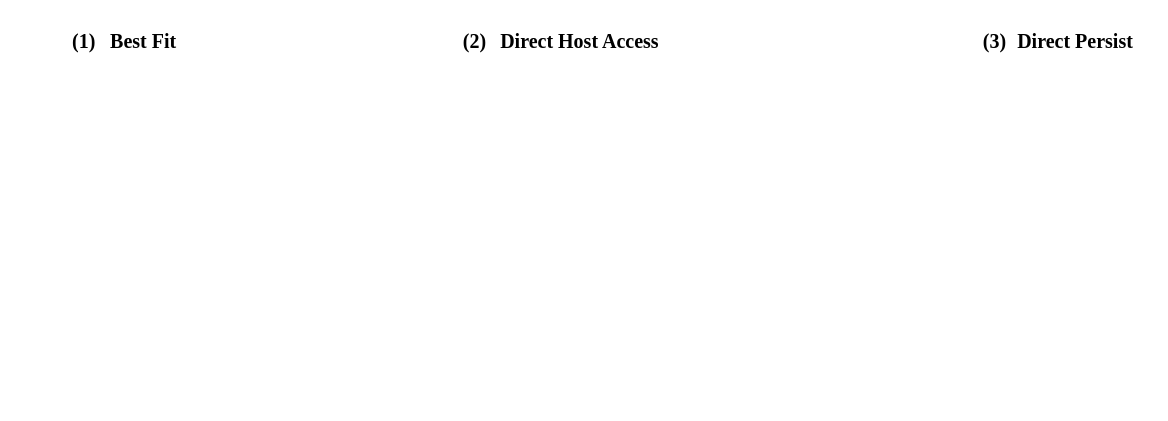
Before: fig/scheduling.drawio in icszhr/NCheck, a draw.io diagram. Source tidied: cells renumbered, new cells numbered last; positions are measured from the earlier drawing's top-left corner, leaving out a move shared by most shapes. Both pictures are drawn from the tidied source at 125%, with x=0, y=0 at pixel (71, 21). Pictures stored in the file or linked from it are replaced by grey dashed boxes.
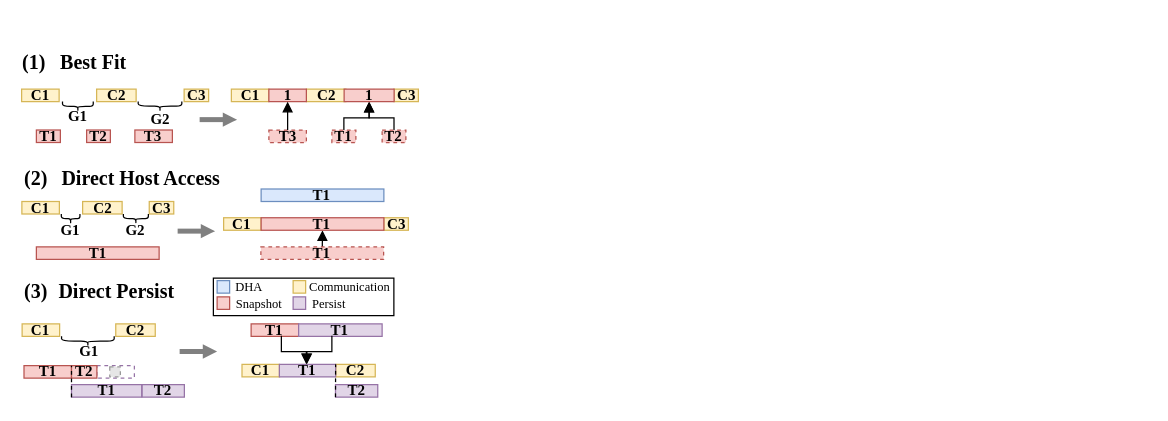
Above is the later version.

What changed in the source:
```diff
@@
     <mxCell id="2" value="&lt;b style=&quot;font-size: 16px;&quot;&gt;(1)&lt;/b&gt;" style="text;html=1;align=center;verticalAlign=middle;whiteSpace=wrap;rounded=0;fontFamily=Times New Roman;fontSize=16;" parent="1" vertex="1">
-      <mxGeometry width="20" height="30" as="geometry" />
+      <mxGeometry x="-40" y="17" width="20" height="30" as="geometry" />
     </mxCell>
     <mxCell id="3" value="&lt;b style=&quot;font-size: 16px;&quot;&gt;(2)&lt;/b&gt;" style="text;html=1;align=center;verticalAlign=middle;whiteSpace=wrap;rounded=0;fontFamily=Times New Roman;fontSize=16;" parent="1" vertex="1">
-      <mxGeometry x="311" width="23" height="30" as="geometry" />
+      <mxGeometry x="-40.2" y="110" width="23" height="30" as="geometry" />
     </mxCell>
     <mxCell id="4" value="&lt;font style=&quot;font-size: 16px;&quot; face=&quot;Times New Roman&quot;&gt;&lt;b style=&quot;font-size: 16px;&quot;&gt;Best Fit&lt;/b&gt;&lt;/font&gt;" style="text;html=1;align=center;verticalAlign=middle;whiteSpace=wrap;rounded=0;fontSize=16;" parent="1" vertex="1">
-      <mxGeometry x="15" y="5" width="85" height="20" as="geometry" />
+      <mxGeometry x="-25" y="22" width="85" height="20" as="geometry" />
     </mxCell>
     <mxCell id="5" value="&lt;font face=&quot;Times New Roman&quot;&gt;&lt;b&gt;Direct Host Access&lt;/b&gt;&lt;/font&gt;" style="text;html=1;align=center;verticalAlign=middle;whiteSpace=wrap;rounded=0;fontSize=16;" parent="1" vertex="1">
-      <mxGeometry x="323" y="5" width="167" height="20" as="geometry" />
+      <mxGeometry x="-28.2" y="115" width="167" height="20" as="geometry" />
     </mxCell>
     <mxCell id="6" value="&lt;b&gt;&lt;font style=&quot;font-size: 16px;&quot;&gt;(3)&lt;/font&gt;&lt;/b&gt;" style="text;html=1;align=center;verticalAlign=middle;whiteSpace=wrap;rounded=0;fontFamily=Times New Roman;" parent="1" vertex="1">
-      <mxGeometry x="726.5" width="23" height="30" as="geometry" />
+      <mxGeometry x="-40.2" y="200" width="23" height="30" as="geometry" />
     </mxCell>
     <mxCell id="7" value="&lt;font size=&quot;1&quot; face=&quot;Times New Roman&quot;&gt;&lt;b style=&quot;font-size: 16px;&quot;&gt;Direct Persist&lt;/b&gt;&lt;/font&gt;" style="text;html=1;align=center;verticalAlign=middle;whiteSpace=wrap;rounded=0;" parent="1" vertex="1">
-      <mxGeometry x="744.5" y="5" width="115.5" height="20" as="geometry" />
+      <mxGeometry x="-22.2" y="205" width="115.5" height="20" as="geometry" />
     </mxCell>
+    <mxCell id="8" style="rounded=0;whiteSpace=wrap;html=1;" parent="1" vertex="1">
+      <mxGeometry x="113.2" y="205" width="144.4" height="30" as="geometry" />
+    </mxCell>
+    <mxCell id="9" style="whiteSpace=wrap;html=1;fillColor=#f8cecc;fontFamily=Times New Roman;strokeColor=#b85450;" parent="1" vertex="1">
+      <mxGeometry x="116.2" y="220" width="10" height="10" as="geometry" />
+    </mxCell>
+    <mxCell id="10" value="&lt;span style=&quot;font-size: 10px;&quot;&gt;Snapshot&lt;/span&gt;" style="text;html=1;align=center;verticalAlign=middle;whiteSpace=wrap;rounded=0;fontFamily=Times New Roman;" parent="1" vertex="1">
+      <mxGeometry x="130.2" y="220" width="40" height="10" as="geometry" />
+    </mxCell>
+    <mxCell id="11" style="whiteSpace=wrap;html=1;fillColor=#dae8fc;strokeColor=#6c8ebf;fontFamily=Times New Roman;" parent="1" vertex="1">
+      <mxGeometry x="116.2" y="207" width="10" height="10" as="geometry" />
+    </mxCell>
+    <mxCell id="12" value="&lt;font style=&quot;font-size: 10px;&quot;&gt;DHA&lt;/font&gt;" style="text;html=1;align=center;verticalAlign=middle;whiteSpace=wrap;rounded=0;fontFamily=Times New Roman;" parent="1" vertex="1">
+      <mxGeometry x="132.2" y="207" width="20" height="10" as="geometry" />
+    </mxCell>
+    <mxCell id="13" style="whiteSpace=wrap;html=1;fillColor=#fff2cc;fontFamily=Times New Roman;strokeColor=#d6b656;" parent="1" vertex="1">
+      <mxGeometry x="177" y="207" width="10" height="10" as="geometry" />
+    </mxCell>
+    <mxCell id="14" style="whiteSpace=wrap;html=1;fillColor=#e1d5e7;fontFamily=Times New Roman;strokeColor=#9673a6;" parent="1" vertex="1">
+      <mxGeometry x="177" y="220" width="10" height="10" as="geometry" />
+    </mxCell>
+    <mxCell id="15" value="&lt;font style=&quot;font-size: 10px;&quot;&gt;Communication&lt;/font&gt;" style="text;html=1;align=center;verticalAlign=middle;whiteSpace=wrap;rounded=0;fontFamily=Times New Roman;" parent="1" vertex="1">
+      <mxGeometry x="190.2" y="207" width="65.4" height="10" as="geometry" />
+    </mxCell>
+    <mxCell id="16" value="&lt;font style=&quot;font-size: 10px;&quot;&gt;Persist&lt;/font&gt;" style="text;html=1;align=center;verticalAlign=middle;whiteSpace=wrap;rounded=0;fontFamily=Times New Roman;" parent="1" vertex="1">
+      <mxGeometry x="191" y="220" width="30" height="10" as="geometry" />
+    </mxCell>
+    <mxCell id="17" value="C1" style="whiteSpace=wrap;fillColor=#fff2cc;fontSize=12;fontFamily=Times New Roman;fontStyle=1;strokeColor=#d6b656;spacing=0;" parent="1" vertex="1">
+      <mxGeometry x="127.6" y="53.8" width="30" height="10" as="geometry" />
+    </mxCell>
+    <mxCell id="18" value="C2" style="whiteSpace=wrap;fillColor=#fff2cc;fontSize=12;fontFamily=Times New Roman;fontStyle=1;strokeColor=#d6b656;spacing=0;" parent="1" vertex="1">
+      <mxGeometry x="187.6" y="53.8" width="31.6" height="10" as="geometry" />
+    </mxCell>
+    <mxCell id="19" value="T3" style="whiteSpace=wrap;fillColor=#f8cecc;fontSize=12;fontFamily=Times New Roman;fontStyle=1;strokeColor=#b85450;spacing=0;dashed=1;" parent="1" vertex="1">
+      <mxGeometry x="157.6" y="86.5" width="30" height="10" as="geometry" />
+    </mxCell>
+    <mxCell id="20" value="1" style="whiteSpace=wrap;fillColor=#f8cecc;fontSize=12;fontFamily=Times New Roman;fontStyle=1;strokeColor=#b85450;spacing=0;" parent="1" vertex="1">
+      <mxGeometry x="157.6" y="53.8" width="30" height="10" as="geometry" />
+    </mxCell>
+    <mxCell id="21" style="edgeStyle=orthogonalEdgeStyle;rounded=0;jettySize=auto;html=1;entryX=0.5;entryY=1;entryDx=0;entryDy=0;endArrow=block;endFill=1;" parent="1" edge="1" source="19" target="20">
+      <mxGeometry relative="1" as="geometry" />
+    </mxCell>
+    <mxCell id="22" value="C3" style="whiteSpace=wrap;fillColor=#fff2cc;fontSize=12;fontFamily=Times New Roman;fontStyle=1;strokeColor=#d6b656;spacing=0;" parent="1" vertex="1">
+      <mxGeometry x="257.6" y="53.8" width="19.6" height="10" as="geometry" />
+    </mxCell>
+    <mxCell id="23" style="edgeStyle=orthogonalEdgeStyle;rounded=0;jettySize=auto;html=1;entryX=0.5;entryY=1;entryDx=0;entryDy=0;endArrow=block;endFill=1;" parent="1" edge="1" source="24" target="27">
+      <mxGeometry relative="1" as="geometry">
+        <Array as="points">
+          <mxPoint x="217.8" y="76.8" />
+          <mxPoint x="237.8" y="76.8" />
+        </Array>
+      </mxGeometry>
+    </mxCell>
+    <mxCell id="24" value="T1" style="whiteSpace=wrap;fillColor=#f8cecc;fontSize=12;fontFamily=Times New Roman;fontStyle=1;strokeColor=#b85450;spacing=0;dashed=1;" parent="1" vertex="1">
+      <mxGeometry x="208" y="86.5" width="19.2" height="10" as="geometry" />
+    </mxCell>
+    <mxCell id="25" style="edgeStyle=orthogonalEdgeStyle;rounded=0;jettySize=auto;html=1;entryX=0.5;entryY=1;entryDx=0;entryDy=0;endArrow=block;endFill=1;" parent="1" edge="1" source="26" target="27">
+      <mxGeometry relative="1" as="geometry">
+        <Array as="points">
+          <mxPoint x="257.8" y="76.8" />
+          <mxPoint x="237.8" y="76.8" />
+        </Array>
+      </mxGeometry>
+    </mxCell>
+    <mxCell id="26" value="T2" style="whiteSpace=wrap;fillColor=#f8cecc;fontSize=12;fontFamily=Times New Roman;fontStyle=1;strokeColor=#b85450;spacing=0;dashed=1;" parent="1" vertex="1">
+      <mxGeometry x="248.2" y="86.5" width="19" height="10" as="geometry" />
+    </mxCell>
+    <mxCell id="27" value="1" style="whiteSpace=wrap;fillColor=#f8cecc;fontSize=12;fontFamily=Times New Roman;fontStyle=1;strokeColor=#b85450;spacing=0;" parent="1" vertex="1">
+      <mxGeometry x="217.8" y="53.8" width="40" height="10" as="geometry" />
+    </mxCell>
+    <mxCell id="28" value="T3" style="whiteSpace=wrap;fillColor=#f8cecc;fontSize=12;fontFamily=Times New Roman;fontStyle=1;strokeColor=#b85450;spacing=0;" parent="1" vertex="1">
+      <mxGeometry x="50.4" y="86.5" width="30" height="10" as="geometry" />
+    </mxCell>
+    <mxCell id="29" value="T1" style="whiteSpace=wrap;fillColor=#f8cecc;fontSize=12;fontFamily=Times New Roman;fontStyle=1;strokeColor=#b85450;spacing=0;" parent="1" vertex="1">
+      <mxGeometry x="-28.4" y="86.5" width="19.2" height="10" as="geometry" />
+    </mxCell>
+    <mxCell id="30" value="T2" style="whiteSpace=wrap;fillColor=#f8cecc;fontSize=12;fontFamily=Times New Roman;fontStyle=1;strokeColor=#b85450;spacing=0;" parent="1" vertex="1">
+      <mxGeometry x="11.8" y="86.5" width="19" height="10" as="geometry" />
+    </mxCell>
+    <mxCell id="31" value="C1" style="whiteSpace=wrap;fillColor=#fff2cc;fontSize=12;fontFamily=Times New Roman;fontStyle=1;strokeColor=#d6b656;spacing=0;" parent="1" vertex="1">
+      <mxGeometry x="-40.2" y="53.8" width="30" height="10" as="geometry" />
+    </mxCell>
+    <mxCell id="32" value="C2" style="whiteSpace=wrap;fillColor=#fff2cc;fontSize=12;fontFamily=Times New Roman;fontStyle=1;strokeColor=#d6b656;spacing=0;" parent="1" vertex="1">
+      <mxGeometry x="19.8" y="53.8" width="31.6" height="10" as="geometry" />
+    </mxCell>
+    <mxCell id="33" value="C3" style="whiteSpace=wrap;fillColor=#fff2cc;fontSize=12;fontFamily=Times New Roman;fontStyle=1;strokeColor=#d6b656;spacing=0;" parent="1" vertex="1">
+      <mxGeometry x="89.8" y="53.8" width="19.6" height="10" as="geometry" />
+    </mxCell>
+    <mxCell id="34" style="shape=curlyBracket;whiteSpace=wrap;html=1;rounded=1;labelPosition=left;verticalLabelPosition=middle;align=right;verticalAlign=middle;rotation=-90;" parent="1" vertex="1">
+      <mxGeometry x="1" y="55.2" width="7.6" height="24.6" as="geometry" />
+    </mxCell>
+    <mxCell id="35" value="&lt;font face=&quot;Times New Roman&quot;&gt;&lt;b&gt;G1&lt;/b&gt;&lt;/font&gt;" style="text;html=1;align=center;verticalAlign=middle;whiteSpace=wrap;rounded=0;" parent="1" vertex="1">
+      <mxGeometry x="-6" y="69.2" width="21.6" height="13.2" as="geometry" />
+    </mxCell>
+    <mxCell id="36" style="shape=curlyBracket;whiteSpace=wrap;html=1;rounded=1;labelPosition=left;verticalLabelPosition=middle;align=right;verticalAlign=middle;rotation=-90;" parent="1" vertex="1">
+      <mxGeometry x="66.7" y="50" width="7.6" height="34.9" as="geometry" />
+    </mxCell>
+    <mxCell id="37" value="&lt;font face=&quot;Times New Roman&quot;&gt;&lt;b&gt;G2&lt;/b&gt;&lt;/font&gt;" style="text;html=1;align=center;verticalAlign=middle;whiteSpace=wrap;rounded=0;" parent="1" vertex="1">
+      <mxGeometry x="59.7" y="71.6" width="21.6" height="13.2" as="geometry" />
+    </mxCell>
+    <mxCell id="38" style="endArrow=block;html=1;rounded=0;strokeWidth=4;endFill=1;endSize=1;strokeColor=#808080;" parent="1" edge="1">
+      <mxGeometry relative="1" as="geometry">
+        <mxPoint x="102.2" y="78.2" as="sourcePoint" />
+        <mxPoint x="132.2" y="78.2" as="targetPoint" />
+      </mxGeometry>
+    </mxCell>
+    <mxCell id="39" value="T1" style="whiteSpace=wrap;fillColor=#f8cecc;fontSize=12;fontFamily=Times New Roman;fontStyle=1;strokeColor=#b85450;spacing=0;" parent="1" vertex="1">
+      <mxGeometry x="-28.4" y="180" width="98.2" height="10" as="geometry" />
+    </mxCell>
+    <mxCell id="40" value="C1" style="whiteSpace=wrap;fillColor=#fff2cc;fontSize=12;fontFamily=Times New Roman;fontStyle=1;strokeColor=#d6b656;spacing=0;" parent="1" vertex="1">
+      <mxGeometry x="-40" y="143.7" width="30" height="10" as="geometry" />
+    </mxCell>
+    <mxCell id="41" value="C2" style="whiteSpace=wrap;fillColor=#fff2cc;fontSize=12;fontFamily=Times New Roman;fontStyle=1;strokeColor=#d6b656;spacing=0;" parent="1" vertex="1">
+      <mxGeometry x="8.6" y="143.7" width="31.6" height="10" as="geometry" />
+    </mxCell>
+    <mxCell id="42" value="C3" style="whiteSpace=wrap;fillColor=#fff2cc;fontSize=12;fontFamily=Times New Roman;fontStyle=1;strokeColor=#d6b656;spacing=0;" parent="1" vertex="1">
+      <mxGeometry x="61.9" y="143.7" width="19.6" height="10" as="geometry" />
+    </mxCell>
+    <mxCell id="43" style="shape=curlyBracket;whiteSpace=wrap;html=1;rounded=1;labelPosition=left;verticalLabelPosition=middle;align=right;verticalAlign=middle;rotation=-90;" parent="1" vertex="1">
+      <mxGeometry x="-4.8" y="150" width="7.6" height="14.9" as="geometry" />
+    </mxCell>
+    <mxCell id="44" value="&lt;font face=&quot;Times New Roman&quot;&gt;&lt;b&gt;G1&lt;/b&gt;&lt;/font&gt;" style="text;html=1;align=center;verticalAlign=middle;whiteSpace=wrap;rounded=0;" parent="1" vertex="1">
+      <mxGeometry x="-12.2" y="160.6" width="21.6" height="13.2" as="geometry" />
+    </mxCell>
+    <mxCell id="45" style="shape=curlyBracket;whiteSpace=wrap;html=1;rounded=1;labelPosition=left;verticalLabelPosition=middle;align=right;verticalAlign=middle;rotation=-90;" parent="1" vertex="1">
+      <mxGeometry x="47.4" y="147.4" width="7.6" height="20" as="geometry" />
+    </mxCell>
+    <mxCell id="46" value="&lt;font face=&quot;Times New Roman&quot;&gt;&lt;b&gt;G2&lt;/b&gt;&lt;/font&gt;" style="text;html=1;align=center;verticalAlign=middle;whiteSpace=wrap;rounded=0;" parent="1" vertex="1">
+      <mxGeometry x="40.4" y="160.6" width="21.6" height="13.2" as="geometry" />
+    </mxCell>
+    <mxCell id="47" style="endArrow=block;html=1;rounded=0;strokeWidth=4;endFill=1;endSize=1;strokeColor=#808080;" parent="1" edge="1">
+      <mxGeometry relative="1" as="geometry">
+        <mxPoint x="84.6" y="167.4" as="sourcePoint" />
+        <mxPoint x="114.6" y="167.4" as="targetPoint" />
+      </mxGeometry>
+    </mxCell>
+    <mxCell id="48" style="edgeStyle=orthogonalEdgeStyle;rounded=0;jettySize=auto;html=1;entryX=0.5;entryY=1;entryDx=0;entryDy=0;endArrow=block;endFill=1;" parent="1" edge="1" target="52">
+      <mxGeometry relative="1" as="geometry">
+        <mxPoint x="200.3" y="183" as="sourcePoint" />
+      </mxGeometry>
+    </mxCell>
+    <mxCell id="49" value="T1" style="whiteSpace=wrap;fillColor=#f8cecc;fontSize=12;fontFamily=Times New Roman;fontStyle=1;strokeColor=#b85450;spacing=0;dashed=1;" parent="1" vertex="1">
+      <mxGeometry x="151.2" y="180" width="98.2" height="10" as="geometry" />
+    </mxCell>
+    <mxCell id="50" value="C1" style="whiteSpace=wrap;fillColor=#fff2cc;fontSize=12;fontFamily=Times New Roman;fontStyle=1;strokeColor=#d6b656;spacing=0;" parent="1" vertex="1">
+      <mxGeometry x="121.4" y="156.7" width="30" height="10" as="geometry" />
+    </mxCell>
+    <mxCell id="51" value="C3" style="whiteSpace=wrap;fillColor=#fff2cc;fontSize=12;fontFamily=Times New Roman;fontStyle=1;strokeColor=#d6b656;spacing=0;" parent="1" vertex="1">
+      <mxGeometry x="249.6" y="156.7" width="19.6" height="10" as="geometry" />
+    </mxCell>
+    <mxCell id="52" value="T1" style="whiteSpace=wrap;fillColor=#f8cecc;fontSize=12;fontFamily=Times New Roman;fontStyle=1;strokeColor=#b85450;spacing=0;" parent="1" vertex="1">
+      <mxGeometry x="151.4" y="156.7" width="98.2" height="10" as="geometry" />
+    </mxCell>
+    <mxCell id="53" value="T1" style="whiteSpace=wrap;fillColor=#dae8fc;fontSize=12;fontFamily=Times New Roman;fontStyle=1;strokeColor=#6c8ebf;spacing=0;" parent="1" vertex="1">
+      <mxGeometry x="151.4" y="133.7" width="98.2" height="10" as="geometry" />
+    </mxCell>
+    <mxCell id="54" value="T1" style="whiteSpace=wrap;fillColor=#e1d5e7;fontSize=12;fontFamily=Times New Roman;fontStyle=1;strokeColor=#9673a6;spacing=0;" parent="1" vertex="1">
+      <mxGeometry x="-0.3" y="290.2" width="56.2" height="10" as="geometry" />
+    </mxCell>
+    <mxCell id="55" value="T2" style="whiteSpace=wrap;fillColor=#e1d5e7;fontSize=12;fontFamily=Times New Roman;fontStyle=1;strokeColor=#9673a6;spacing=0;" parent="1" vertex="1">
+      <mxGeometry x="56.2" y="290.2" width="33.8" height="10" as="geometry" />
+    </mxCell>
+    <mxCell id="56" value="C1" style="whiteSpace=wrap;fillColor=#fff2cc;fontSize=12;fontFamily=Times New Roman;fontStyle=1;strokeColor=#d6b656;spacing=0;" parent="1" vertex="1">
+      <mxGeometry x="-39.8" y="241.6" width="30" height="10" as="geometry" />
+    </mxCell>
+    <mxCell id="57" value="C2" style="whiteSpace=wrap;fillColor=#fff2cc;fontSize=12;fontFamily=Times New Roman;fontStyle=1;strokeColor=#d6b656;spacing=0;" parent="1" vertex="1">
+      <mxGeometry x="35.1" y="241.6" width="31.6" height="10" as="geometry" />
+    </mxCell>
+    <mxCell id="58" style="shape=curlyBracket;whiteSpace=wrap;html=1;rounded=1;labelPosition=left;verticalLabelPosition=middle;align=right;verticalAlign=middle;rotation=-90;" parent="1" vertex="1">
+      <mxGeometry x="9" y="234.3" width="7.6" height="42.1" as="geometry" />
+    </mxCell>
+    <mxCell id="59" value="&lt;font face=&quot;Times New Roman&quot;&gt;&lt;b&gt;G1&lt;/b&gt;&lt;/font&gt;" style="text;html=1;align=center;verticalAlign=middle;whiteSpace=wrap;rounded=0;" parent="1" vertex="1">
+      <mxGeometry x="2.8" y="257.1" width="21.6" height="13.2" as="geometry" />
+    </mxCell>
+    <mxCell id="60" value="T1" style="whiteSpace=wrap;fillColor=#f8cecc;fontSize=12;fontFamily=Times New Roman;fontStyle=1;strokeColor=#b85450;spacing=0;" parent="1" vertex="1">
+      <mxGeometry x="-38.3" y="275" width="38" height="10" as="geometry" />
+    </mxCell>
+    <mxCell id="61" style="endArrow=block;html=1;rounded=0;strokeWidth=4;endFill=1;endSize=1;strokeColor=#808080;" parent="1" edge="1">
+      <mxGeometry relative="1" as="geometry">
+        <mxPoint x="86.2" y="263.7" as="sourcePoint" />
+        <mxPoint x="116.2" y="263.7" as="targetPoint" />
+      </mxGeometry>
+    </mxCell>
+    <mxCell id="62" value="C1" style="whiteSpace=wrap;fillColor=#fff2cc;fontSize=12;fontFamily=Times New Roman;fontStyle=1;strokeColor=#d6b656;spacing=0;" parent="1" vertex="1">
+      <mxGeometry x="136.1" y="274" width="30" height="10" as="geometry" />
+    </mxCell>
+    <mxCell id="63" value="C2" style="whiteSpace=wrap;fillColor=#fff2cc;fontSize=12;fontFamily=Times New Roman;fontStyle=1;strokeColor=#d6b656;spacing=0;" parent="1" vertex="1">
+      <mxGeometry x="211.1" y="274" width="31.6" height="10" as="geometry" />
+    </mxCell>
+    <mxCell id="64" value="T1" style="whiteSpace=wrap;fillColor=#e1d5e7;fontSize=12;fontFamily=Times New Roman;fontStyle=1;strokeColor=#9673a6;spacing=0;" parent="1" vertex="1">
+      <mxGeometry x="166" y="274" width="45" height="10" as="geometry" />
+    </mxCell>
+    <mxCell id="65" value="T1" style="whiteSpace=wrap;fillColor=#f8cecc;fontSize=12;fontFamily=Times New Roman;fontStyle=1;strokeColor=#b85450;spacing=0;" parent="1" vertex="1">
+      <mxGeometry x="143.4" y="241.6" width="38" height="10" as="geometry" />
+    </mxCell>
+    <mxCell id="66" value="T1" style="whiteSpace=wrap;fillColor=#e1d5e7;fontSize=12;fontFamily=Times New Roman;fontStyle=1;strokeColor=#9673a6;spacing=0;" parent="1" vertex="1">
+      <mxGeometry x="181.4" y="241.6" width="66.8" height="10" as="geometry" />
+    </mxCell>
+    <mxCell id="67" style="edgeStyle=orthogonalEdgeStyle;rounded=0;orthogonalLoop=1;jettySize=auto;html=1;entryX=0.5;entryY=1;entryDx=0;entryDy=0;endArrow=block;endFill=1;" parent="1" edge="1">
+      <mxGeometry relative="1" as="geometry">
+        <mxPoint x="208" y="251" as="sourcePoint" />
+        <mxPoint x="188" y="274" as="targetPoint" />
+        <Array as="points">
+          <mxPoint x="207.8" y="263.8" />
+          <mxPoint x="187.8" y="263.8" />
+        </Array>
+      </mxGeometry>
+    </mxCell>
+    <mxCell id="68" style="edgeStyle=orthogonalEdgeStyle;rounded=0;orthogonalLoop=1;jettySize=auto;html=1;entryX=0.5;entryY=1;entryDx=0;entryDy=0;endArrow=block;endFill=1;" parent="1" edge="1">
+      <mxGeometry relative="1" as="geometry">
+        <mxPoint x="167.6" y="251" as="sourcePoint" />
+        <mxPoint x="187.6" y="274" as="targetPoint" />
+        <Array as="points">
+          <mxPoint x="167.4" y="263.8" />
+          <mxPoint x="187.4" y="263.8" />
+        </Array>
+      </mxGeometry>
+    </mxCell>
+    <mxCell id="69" style="whiteSpace=wrap;fillColor=#FFFFFF;fontSize=12;fontFamily=Times New Roman;fontStyle=1;strokeColor=#9673a6;spacing=0;fillStyle=auto;dashed=1;" parent="1" vertex="1">
+      <mxGeometry x="20" y="275" width="30" height="10" as="geometry" />
+    </mxCell>
+    <mxCell id="70" style="fillColor=#E6E6E6;strokeColor=#999999;dashed=1;verticalLabelPosition=bottom;verticalAlign=top;" parent="1" vertex="1">
+      <mxGeometry x="30.3" y="276" width="8.5" height="8" as="geometry" />
+    </mxCell>
+    <mxCell id="71" value="T2" style="whiteSpace=wrap;fillColor=#f8cecc;fontSize=12;fontFamily=Times New Roman;fontStyle=1;strokeColor=#b85450;spacing=0;" parent="1" vertex="1">
+      <mxGeometry x="-0.3" y="275" width="20.3" height="10" as="geometry" />
+    </mxCell>
+    <mxCell id="72" value="T2" style="whiteSpace=wrap;fillColor=#e1d5e7;fontSize=12;fontFamily=Times New Roman;fontStyle=1;strokeColor=#9673a6;spacing=0;" parent="1" vertex="1">
+      <mxGeometry x="210.9" y="290.2" width="33.8" height="10" as="geometry" />
+    </mxCell>
+    <mxCell id="73" style="endArrow=none;html=1;rounded=0;dashed=1;" parent="1" edge="1">
+      <mxGeometry relative="1" as="geometry">
+        <mxPoint x="-0.3" y="300.2" as="sourcePoint" />
+        <mxPoint x="-0.3" y="275" as="targetPoint" />
+      </mxGeometry>
+    </mxCell>
+    <mxCell id="74" style="endArrow=none;html=1;rounded=0;dashed=1;entryX=1;entryY=0;entryDx=0;entryDy=0;exitX=0;exitY=1;exitDx=0;exitDy=0;" parent="1" edge="1" source="72" target="64">
+      <mxGeometry relative="1" as="geometry" />
+    </mxCell>
```
